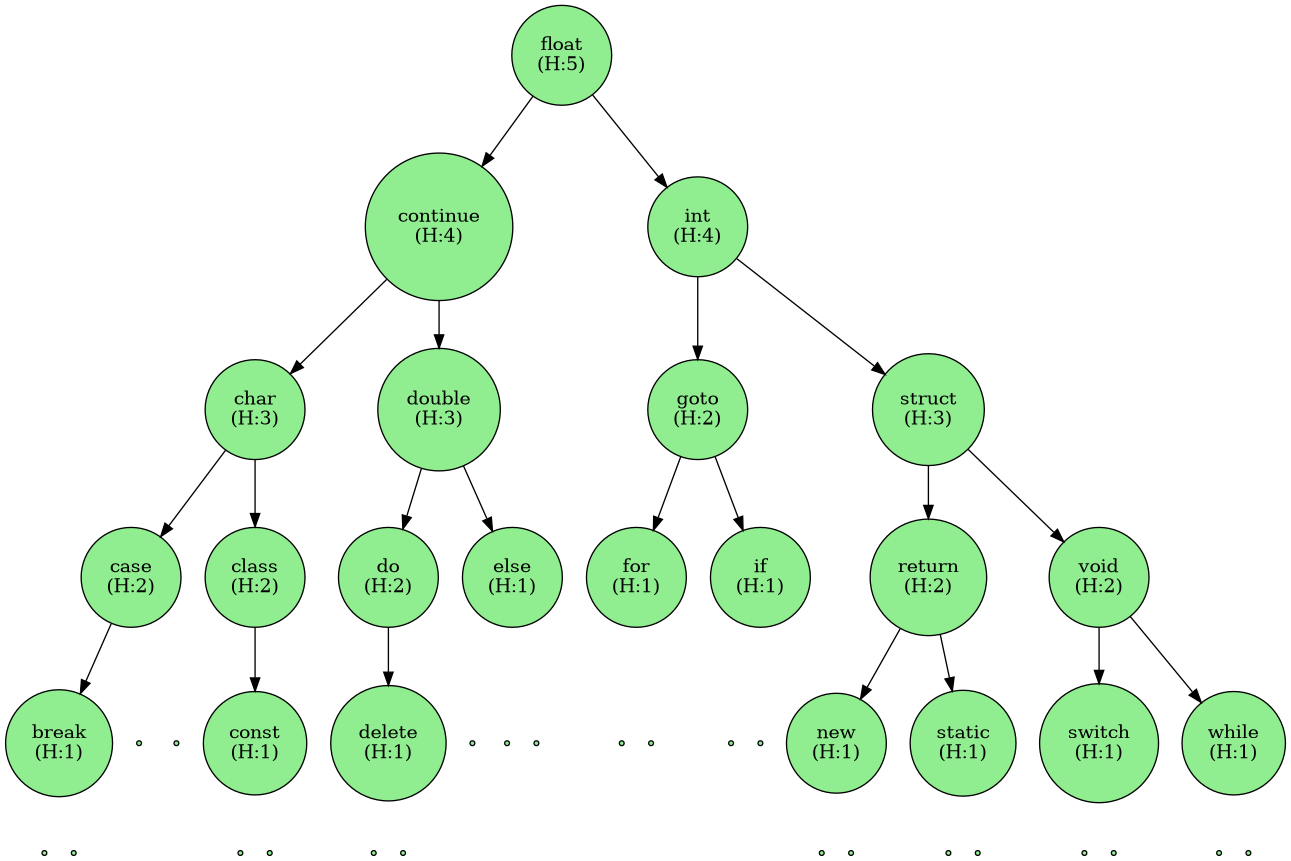
burindin235/tisd keeps this Graphviz diagram as 7/avl.png. Above is the earlier version. Its source is kept beside it as 7/avl.dot. The source it was exported from:
```dot
digraph AVL { node [shape=circle, style=filled, fillcolor=lightgreen];
  "0x55c06e2b7270" [label="float\n(H:5)"];
  "0x55c06e2b7270" -> "0x55c06e2b8450";
  "0x55c06e2b8450" [label="continue\n(H:4)"];
  "0x55c06e2b8450" -> "0x55c06e2b70d0";
  "0x55c06e2b70d0" [label="char\n(H:3)"];
  "0x55c06e2b70d0" -> "0x55c06e2b8110";
  "0x55c06e2b8110" [label="case\n(H:2)"];
  "0x55c06e2b8110" -> "0x55c06e2b82b0";
  "0x55c06e2b82b0" [label="break\n(H:1)"];
  null0 [shape=point];
  "0x55c06e2b82b0" -> null0 [style=invis];
  null1 [shape=point];
  "0x55c06e2b82b0" -> null1 [style=invis];
  null2 [shape=point];
  "0x55c06e2b8110" -> null2 [style=invis];
  "0x55c06e2b70d0" -> "0x55c06e2b6b80";
  "0x55c06e2b6b80" [label="class\n(H:2)"];
  null3 [shape=point];
  "0x55c06e2b6b80" -> null3 [style=invis];
  "0x55c06e2b6b80" -> "0x55c06e2b6d20";
  "0x55c06e2b6d20" [label="const\n(H:1)"];
  null4 [shape=point];
  "0x55c06e2b6d20" -> null4 [style=invis];
  null5 [shape=point];
  "0x55c06e2b6d20" -> null5 [style=invis];
  "0x55c06e2b8450" -> "0x55c06e2b7410";
  "0x55c06e2b7410" [label="double\n(H:3)"];
  "0x55c06e2b7410" -> "0x55c06e2b7dd0";
  "0x55c06e2b7dd0" [label="do\n(H:2)"];
  "0x55c06e2b7dd0" -> "0x55c06e2b8ad0";
  "0x55c06e2b8ad0" [label="delete\n(H:1)"];
  null6 [shape=point];
  "0x55c06e2b8ad0" -> null6 [style=invis];
  null7 [shape=point];
  "0x55c06e2b8ad0" -> null7 [style=invis];
  null8 [shape=point];
  "0x55c06e2b7dd0" -> null8 [style=invis];
  "0x55c06e2b7410" -> "0x55c06e2b78f0";
  "0x55c06e2b78f0" [label="else\n(H:1)"];
  null9 [shape=point];
  "0x55c06e2b78f0" -> null9 [style=invis];
  null10 [shape=point];
  "0x55c06e2b78f0" -> null10 [style=invis];
  "0x55c06e2b7270" -> "0x55c06e2b6f30";
  "0x55c06e2b6f30" [label="int\n(H:4)"];
  "0x55c06e2b6f30" -> "0x55c06e2b8790";
  "0x55c06e2b8790" [label="goto\n(H:2)"];
  "0x55c06e2b8790" -> "0x55c06e2b7a90";
  "0x55c06e2b7a90" [label="for\n(H:1)"];
  null11 [shape=point];
  "0x55c06e2b7a90" -> null11 [style=invis];
  null12 [shape=point];
  "0x55c06e2b7a90" -> null12 [style=invis];
  "0x55c06e2b8790" -> "0x55c06e2b7750";
  "0x55c06e2b7750" [label="if\n(H:1)"];
  null13 [shape=point];
  "0x55c06e2b7750" -> null13 [style=invis];
  null14 [shape=point];
  "0x55c06e2b7750" -> null14 [style=invis];
  "0x55c06e2b6f30" -> "0x55c06e2b69e0";
  "0x55c06e2b69e0" [label="struct\n(H:3)"];
  "0x55c06e2b69e0" -> "0x55c06e2b6840";
  "0x55c06e2b6840" [label="return\n(H:2)"];
  "0x55c06e2b6840" -> "0x55c06e2b8930";
  "0x55c06e2b8930" [label="new\n(H:1)"];
  null15 [shape=point];
  "0x55c06e2b8930" -> null15 [style=invis];
  null16 [shape=point];
  "0x55c06e2b8930" -> null16 [style=invis];
  "0x55c06e2b6840" -> "0x55c06e2b85f0";
  "0x55c06e2b85f0" [label="static\n(H:1)"];
  null17 [shape=point];
  "0x55c06e2b85f0" -> null17 [style=invis];
  null18 [shape=point];
  "0x55c06e2b85f0" -> null18 [style=invis];
  "0x55c06e2b69e0" -> "0x55c06e2b75b0";
  "0x55c06e2b75b0" [label="void\n(H:2)"];
  "0x55c06e2b75b0" -> "0x55c06e2b7f70";
  "0x55c06e2b7f70" [label="switch\n(H:1)"];
  null19 [shape=point];
  "0x55c06e2b7f70" -> null19 [style=invis];
  null20 [shape=point];
  "0x55c06e2b7f70" -> null20 [style=invis];
  "0x55c06e2b75b0" -> "0x55c06e2b7c30";
  "0x55c06e2b7c30" [label="while\n(H:1)"];
  null21 [shape=point];
  "0x55c06e2b7c30" -> null21 [style=invis];
  null22 [shape=point];
  "0x55c06e2b7c30" -> null22 [style=invis];
}
```
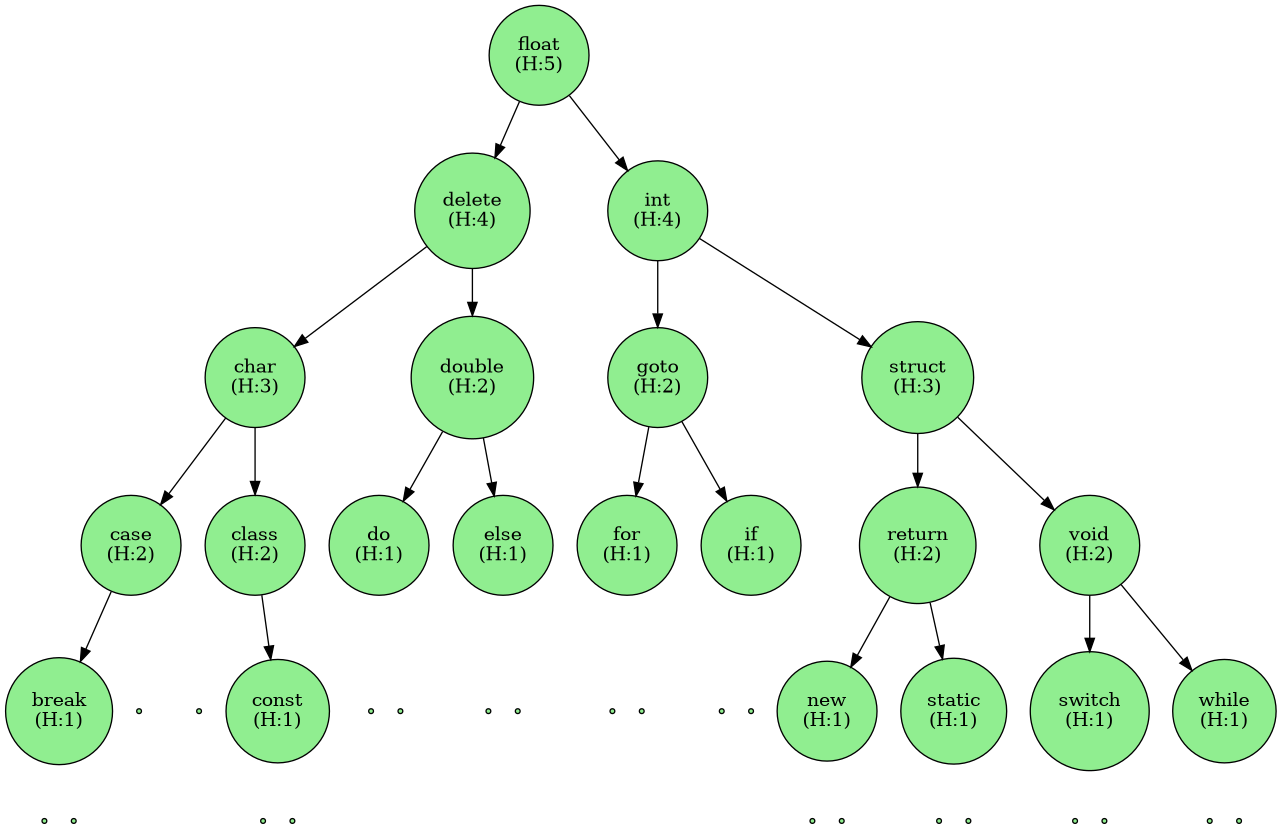
Above is the later version.

The edit, as a diff of the source:
```diff
@@ -1,91 +1,91 @@
 digraph AVL { node [shape=circle, style=filled, fillcolor=lightgreen];
-  "0x55c06e2b7270" [label="float\n(H:5)"];
-  "0x55c06e2b7270" -> "0x55c06e2b8450";
-  "0x55c06e2b8450" [label="continue\n(H:4)"];
-  "0x55c06e2b8450" -> "0x55c06e2b70d0";
-  "0x55c06e2b70d0" [label="char\n(H:3)"];
-  "0x55c06e2b70d0" -> "0x55c06e2b8110";
-  "0x55c06e2b8110" [label="case\n(H:2)"];
-  "0x55c06e2b8110" -> "0x55c06e2b82b0";
-  "0x55c06e2b82b0" [label="break\n(H:1)"];
+  "0x632155e49270" [label="float\n(H:5)"];
+  "0x632155e49270" -> "0x632155e4a450";
+  "0x632155e4a450" [label="continue\n(H:4)"];
+  "0x632155e4a450" -> "0x632155e490d0";
+  "0x632155e490d0" [label="char\n(H:3)"];
+  "0x632155e490d0" -> "0x632155e4a110";
+  "0x632155e4a110" [label="case\n(H:2)"];
+  "0x632155e4a110" -> "0x632155e4a2b0";
+  "0x632155e4a2b0" [label="break\n(H:1)"];
   null0 [shape=point];
-  "0x55c06e2b82b0" -> null0 [style=invis];
+  "0x632155e4a2b0" -> null0 [style=invis];
   null1 [shape=point];
-  "0x55c06e2b82b0" -> null1 [style=invis];
+  "0x632155e4a2b0" -> null1 [style=invis];
   null2 [shape=point];
-  "0x55c06e2b8110" -> null2 [style=invis];
-  "0x55c06e2b70d0" -> "0x55c06e2b6b80";
-  "0x55c06e2b6b80" [label="class\n(H:2)"];
+  "0x632155e4a110" -> null2 [style=invis];
+  "0x632155e490d0" -> "0x632155e4a930";
+  "0x632155e4a930" [label="class\n(H:2)"];
   null3 [shape=point];
-  "0x55c06e2b6b80" -> null3 [style=invis];
-  "0x55c06e2b6b80" -> "0x55c06e2b6d20";
-  "0x55c06e2b6d20" [label="const\n(H:1)"];
+  "0x632155e4a930" -> null3 [style=invis];
+  "0x632155e4a930" -> "0x632155e48840";
+  "0x632155e48840" [label="const\n(H:1)"];
   null4 [shape=point];
-  "0x55c06e2b6d20" -> null4 [style=invis];
+  "0x632155e48840" -> null4 [style=invis];
   null5 [shape=point];
-  "0x55c06e2b6d20" -> null5 [style=invis];
-  "0x55c06e2b8450" -> "0x55c06e2b7410";
-  "0x55c06e2b7410" [label="double\n(H:3)"];
-  "0x55c06e2b7410" -> "0x55c06e2b7dd0";
-  "0x55c06e2b7dd0" [label="do\n(H:2)"];
-  "0x55c06e2b7dd0" -> "0x55c06e2b8ad0";
-  "0x55c06e2b8ad0" [label="delete\n(H:1)"];
+  "0x632155e48840" -> null5 [style=invis];
+  "0x632155e4a450" -> "0x632155e49410";
+  "0x632155e49410" [label="double\n(H:3)"];
+  "0x632155e49410" -> "0x632155e49dd0";
+  "0x632155e49dd0" [label="do\n(H:2)"];
+  "0x632155e49dd0" -> "0x632155e4aad0";
+  "0x632155e4aad0" [label="delete\n(H:1)"];
   null6 [shape=point];
-  "0x55c06e2b8ad0" -> null6 [style=invis];
+  "0x632155e4aad0" -> null6 [style=invis];
   null7 [shape=point];
-  "0x55c06e2b8ad0" -> null7 [style=invis];
+  "0x632155e4aad0" -> null7 [style=invis];
   null8 [shape=point];
-  "0x55c06e2b7dd0" -> null8 [style=invis];
-  "0x55c06e2b7410" -> "0x55c06e2b78f0";
-  "0x55c06e2b78f0" [label="else\n(H:1)"];
+  "0x632155e49dd0" -> null8 [style=invis];
+  "0x632155e49410" -> "0x632155e498f0";
+  "0x632155e498f0" [label="else\n(H:1)"];
   null9 [shape=point];
-  "0x55c06e2b78f0" -> null9 [style=invis];
+  "0x632155e498f0" -> null9 [style=invis];
   null10 [shape=point];
-  "0x55c06e2b78f0" -> null10 [style=invis];
-  "0x55c06e2b7270" -> "0x55c06e2b6f30";
-  "0x55c06e2b6f30" [label="int\n(H:4)"];
-  "0x55c06e2b6f30" -> "0x55c06e2b8790";
-  "0x55c06e2b8790" [label="goto\n(H:2)"];
-  "0x55c06e2b8790" -> "0x55c06e2b7a90";
-  "0x55c06e2b7a90" [label="for\n(H:1)"];
+  "0x632155e498f0" -> null10 [style=invis];
+  "0x632155e49270" -> "0x632155e48f30";
+  "0x632155e48f30" [label="int\n(H:4)"];
+  "0x632155e48f30" -> "0x632155e48b80";
+  "0x632155e48b80" [label="goto\n(H:2)"];
+  "0x632155e48b80" -> "0x632155e49a90";
+  "0x632155e49a90" [label="for\n(H:1)"];
   null11 [shape=point];
-  "0x55c06e2b7a90" -> null11 [style=invis];
+  "0x632155e49a90" -> null11 [style=invis];
   null12 [shape=point];
-  "0x55c06e2b7a90" -> null12 [style=invis];
-  "0x55c06e2b8790" -> "0x55c06e2b7750";
-  "0x55c06e2b7750" [label="if\n(H:1)"];
+  "0x632155e49a90" -> null12 [style=invis];
+  "0x632155e48b80" -> "0x632155e49750";
+  "0x632155e49750" [label="if\n(H:1)"];
   null13 [shape=point];
-  "0x55c06e2b7750" -> null13 [style=invis];
+  "0x632155e49750" -> null13 [style=invis];
   null14 [shape=point];
-  "0x55c06e2b7750" -> null14 [style=invis];
-  "0x55c06e2b6f30" -> "0x55c06e2b69e0";
-  "0x55c06e2b69e0" [label="struct\n(H:3)"];
-  "0x55c06e2b69e0" -> "0x55c06e2b6840";
-  "0x55c06e2b6840" [label="return\n(H:2)"];
-  "0x55c06e2b6840" -> "0x55c06e2b8930";
-  "0x55c06e2b8930" [label="new\n(H:1)"];
+  "0x632155e49750" -> null14 [style=invis];
+  "0x632155e48f30" -> "0x632155e4a790";
+  "0x632155e4a790" [label="struct\n(H:3)"];
+  "0x632155e4a790" -> "0x632155e4a5f0";
+  "0x632155e4a5f0" [label="return\n(H:2)"];
+  "0x632155e4a5f0" -> "0x632155e48d20";
+  "0x632155e48d20" [label="new\n(H:1)"];
   null15 [shape=point];
-  "0x55c06e2b8930" -> null15 [style=invis];
+  "0x632155e48d20" -> null15 [style=invis];
   null16 [shape=point];
-  "0x55c06e2b8930" -> null16 [style=invis];
-  "0x55c06e2b6840" -> "0x55c06e2b85f0";
-  "0x55c06e2b85f0" [label="static\n(H:1)"];
+  "0x632155e48d20" -> null16 [style=invis];
+  "0x632155e4a5f0" -> "0x632155e489e0";
+  "0x632155e489e0" [label="static\n(H:1)"];
   null17 [shape=point];
-  "0x55c06e2b85f0" -> null17 [style=invis];
+  "0x632155e489e0" -> null17 [style=invis];
   null18 [shape=point];
-  "0x55c06e2b85f0" -> null18 [style=invis];
-  "0x55c06e2b69e0" -> "0x55c06e2b75b0";
-  "0x55c06e2b75b0" [label="void\n(H:2)"];
-  "0x55c06e2b75b0" -> "0x55c06e2b7f70";
-  "0x55c06e2b7f70" [label="switch\n(H:1)"];
+  "0x632155e489e0" -> null18 [style=invis];
+  "0x632155e4a790" -> "0x632155e495b0";
+  "0x632155e495b0" [label="void\n(H:2)"];
+  "0x632155e495b0" -> "0x632155e49f70";
+  "0x632155e49f70" [label="switch\n(H:1)"];
   null19 [shape=point];
-  "0x55c06e2b7f70" -> null19 [style=invis];
+  "0x632155e49f70" -> null19 [style=invis];
   null20 [shape=point];
-  "0x55c06e2b7f70" -> null20 [style=invis];
-  "0x55c06e2b75b0" -> "0x55c06e2b7c30";
-  "0x55c06e2b7c30" [label="while\n(H:1)"];
+  "0x632155e49f70" -> null20 [style=invis];
+  "0x632155e495b0" -> "0x632155e49c30";
+  "0x632155e49c30" [label="while\n(H:1)"];
   null21 [shape=point];
-  "0x55c06e2b7c30" -> null21 [style=invis];
+  "0x632155e49c30" -> null21 [style=invis];
   null22 [shape=point];
-  "0x55c06e2b7c30" -> null22 [style=invis];
+  "0x632155e49c30" -> null22 [style=invis];
 }
```
